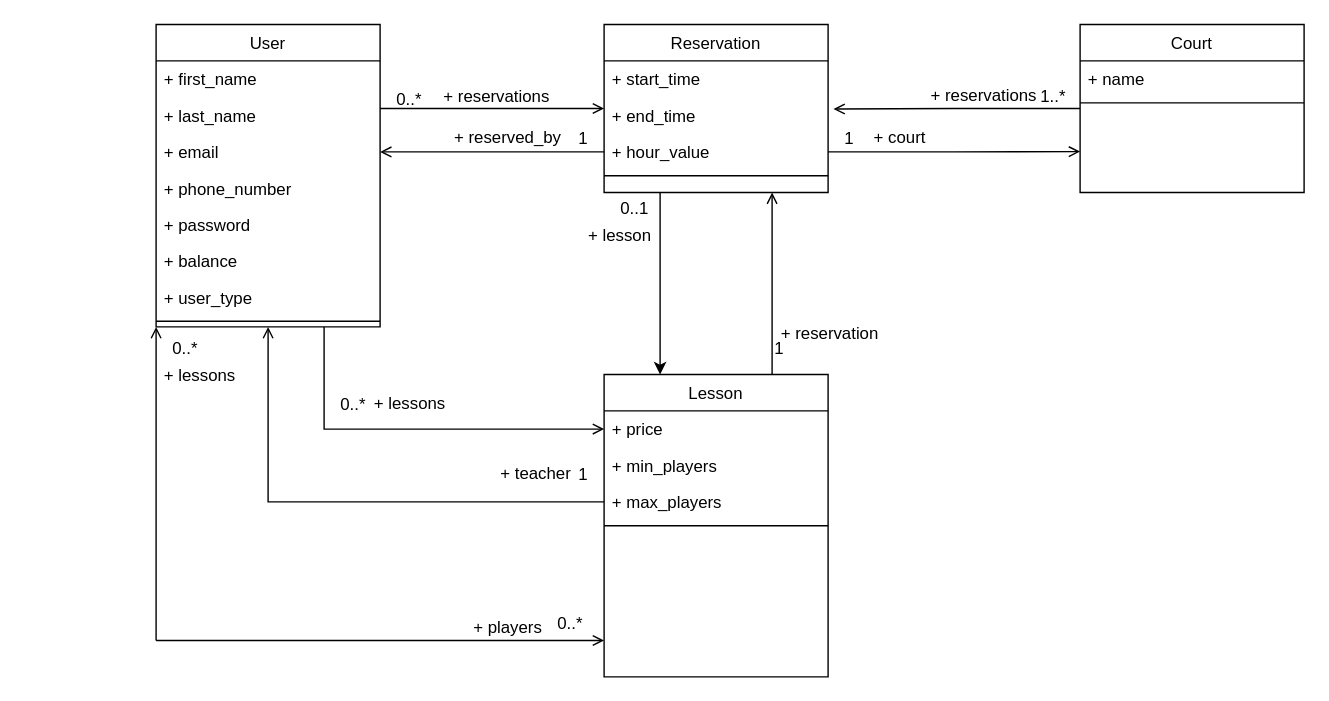
Before: Untitled Diagram.drawio in p-schlickmann/async-crawler, a draw.io diagram. Source tidied: cells renumbered, new cells numbered last; positions are measured from the earlier drawing's top-left corner, leaving out a move shared by most shapes. Both pictures are drawn from the tidied source at 140%, with x=0, y=0 at pixel (155, 24).
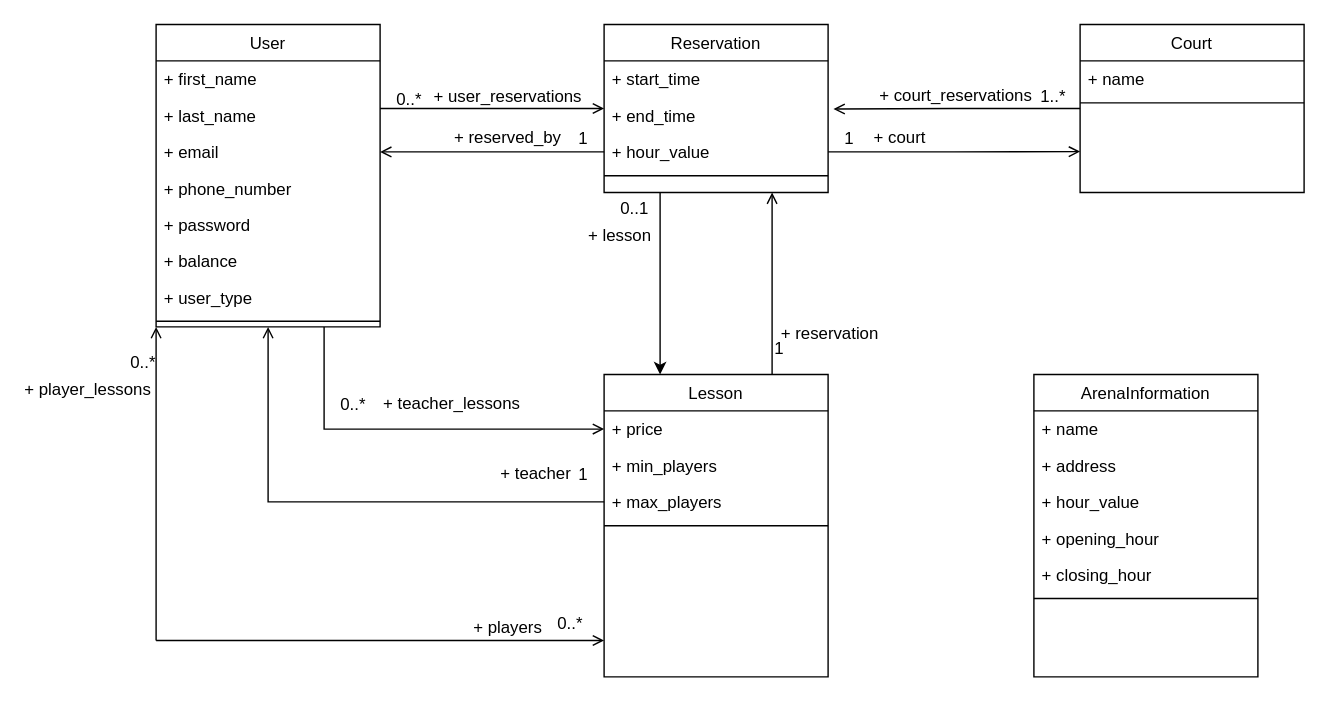
After the change.

The change refers to these unchanged cells:
```xml
<mxCell id="18" style="endArrow=open;shadow=0;strokeWidth=1;rounded=0;endFill=1;edgeStyle=elbowEdgeStyle;elbow=vertical;" parent="1" edge="1" source="3" target="13">
  <mxGeometry x="0.5" y="41" relative="1" as="geometry">
    <mxPoint x="-40" y="32" as="offset" />
  </mxGeometry>
</mxCell>
```

Change to the diagram source:
```diff
@@
-    <mxCell id="20" value="+ reservations" style="text;html=1;align=center;verticalAlign=middle;labelBackgroundColor=none;rounded=0;shadow=0;strokeWidth=1;fontSize=12;" parent="18" vertex="1">
+    <mxCell id="20" value="+ user_reservations" style="text;html=1;align=center;verticalAlign=middle;labelBackgroundColor=none;rounded=0;shadow=0;strokeWidth=1;fontSize=12;" parent="18" vertex="1">
       <mxGeometry x="0.5" y="49" relative="1" as="geometry">
-        <mxPoint x="-38" y="40" as="offset" />
+        <mxPoint x="-30" y="40" as="offset" />
       </mxGeometry>
     </mxCell>
@@
-    <mxCell id="32" value="+ reservations" style="text;html=1;align=center;verticalAlign=middle;labelBackgroundColor=none;rounded=0;shadow=0;strokeWidth=1;fontSize=12;" parent="1" vertex="1">
-      <mxGeometry x="590" y="50" as="geometry" />
+    <mxCell id="32" value="+ court_reservations" style="text;html=1;align=center;verticalAlign=middle;labelBackgroundColor=none;rounded=0;shadow=0;strokeWidth=1;fontSize=12;" parent="1" vertex="1">
+      <mxGeometry x="570" y="50" as="geometry" />
     </mxCell>
@@
-    <mxCell id="46" value="+ lessons" style="text;html=1;align=center;verticalAlign=middle;labelBackgroundColor=none;rounded=0;shadow=0;strokeWidth=1;fontSize=12;" parent="1" vertex="1">
-      <mxGeometry x="180" y="270" as="geometry" />
+    <mxCell id="46" value="+ teacher_lessons" style="text;html=1;align=center;verticalAlign=middle;labelBackgroundColor=none;rounded=0;shadow=0;strokeWidth=1;fontSize=12;" parent="1" vertex="1">
+      <mxGeometry x="210" y="270" as="geometry" />
     </mxCell>
@@
     <mxCell id="48" value="0..*" style="align=left;verticalAlign=bottom;labelBackgroundColor=none;fontSize=12;" parent="1" vertex="1">
-      <mxGeometry x="10" y="240" as="geometry" />
+      <mxGeometry x="-20" y="250" as="geometry" />
     </mxCell>
@@
-    <mxCell id="51" value="+ lessons" style="text;html=1;align=center;verticalAlign=middle;labelBackgroundColor=none;rounded=0;shadow=0;strokeWidth=1;fontSize=12;" parent="1" vertex="1">
-      <mxGeometry x="30" y="250" as="geometry" />
+    <mxCell id="51" value="+ player_lessons" style="text;html=1;align=center;verticalAlign=middle;labelBackgroundColor=none;rounded=0;shadow=0;strokeWidth=1;fontSize=12;" parent="1" vertex="1">
+      <mxGeometry x="-50" y="260" as="geometry" />
     </mxCell>
@@
+    <mxCell id="54" value="ArenaInformation" style="swimlane;fontStyle=0;align=center;verticalAlign=top;horizontal=1;startSize=26;rounded=0;shadow=0;strokeWidth=1;" parent="1" vertex="1">
+      <mxGeometry x="627" y="250" width="160" height="216" as="geometry" />
+    </mxCell>
+    <mxCell id="55" value="+ name" style="text;align=left;verticalAlign=top;spacingLeft=4;spacingRight=4;overflow=hidden;" parent="54" vertex="1">
+      <mxGeometry y="26" width="160" height="26" as="geometry" />
+    </mxCell>
+    <mxCell id="56" value="+ address" style="text;align=left;verticalAlign=top;spacingLeft=4;spacingRight=4;overflow=hidden;rounded=0;shadow=0;html=0;" parent="54" vertex="1">
+      <mxGeometry y="52" width="160" height="26" as="geometry" />
+    </mxCell>
+    <mxCell id="57" value="+ hour_value" style="text;align=left;verticalAlign=top;spacingLeft=4;spacingRight=4;overflow=hidden;rounded=0;shadow=0;html=0;" parent="54" vertex="1">
+      <mxGeometry y="78" width="160" height="26" as="geometry" />
+    </mxCell>
+    <mxCell id="58" value="+ opening_hour" style="text;align=left;verticalAlign=top;spacingLeft=4;spacingRight=4;overflow=hidden;rounded=0;shadow=0;html=0;" parent="54" vertex="1">
+      <mxGeometry y="104" width="160" height="26" as="geometry" />
+    </mxCell>
+    <mxCell id="59" value="+ closing_hour" style="text;align=left;verticalAlign=top;spacingLeft=4;spacingRight=4;overflow=hidden;rounded=0;shadow=0;html=0;" parent="54" vertex="1">
+      <mxGeometry y="130" width="160" height="26" as="geometry" />
+    </mxCell>
+    <mxCell id="60" style="line;html=1;strokeWidth=1;align=left;verticalAlign=middle;spacingTop=-1;spacingLeft=3;spacingRight=3;labelPosition=right;" parent="54" vertex="1">
+      <mxGeometry y="156" width="160" height="8" as="geometry" />
+    </mxCell>
```
